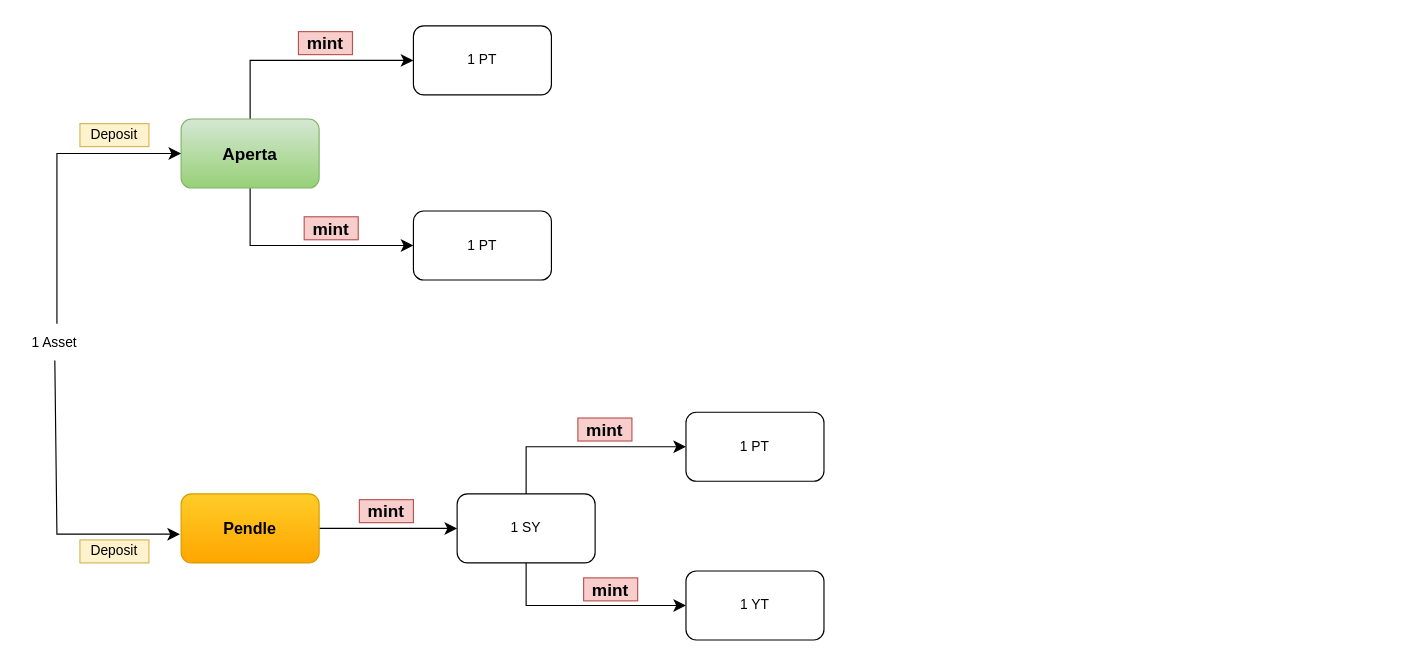
The draw.io diagram page "Pendle" (3 of 3) of pendle.drawio in Edoumou/drawings, before the edit. Source tidied: cells renumbered, new cells numbered last; positions are measured from the earlier drawing's top-left corner, leaving out a move shared by most shapes. Both pictures are drawn from the tidied source at 115%, with x=0, y=0 at pixel (20, 25).
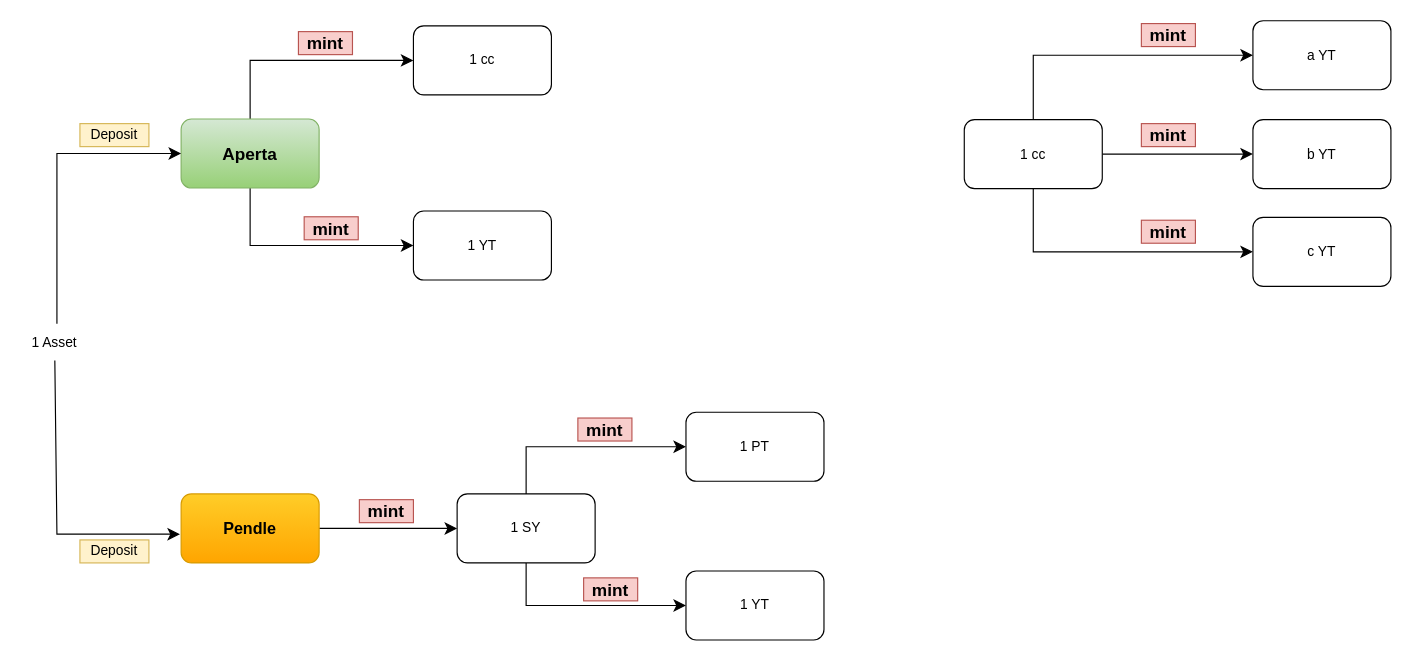
The same diagram, later.

Diff of the diagram source:
```diff
@@
-    <mxCell id="15" value="1 PT" style="rounded=1;whiteSpace=wrap;html=1;" parent="1" vertex="1">
+    <mxCell id="15" value="1 cc" style="rounded=1;whiteSpace=wrap;html=1;" parent="1" vertex="1">
       <mxGeometry x="342" width="120" height="60" as="geometry" />
     </mxCell>
-    <mxCell id="16" value="1 PT" style="rounded=1;whiteSpace=wrap;html=1;" parent="1" vertex="1">
+    <mxCell id="16" value="1 YT" style="rounded=1;whiteSpace=wrap;html=1;" parent="1" vertex="1">
       <mxGeometry x="342" y="161" width="120" height="60" as="geometry" />
     </mxCell>
@@
+    <mxCell id="24" style="edgeStyle=none;curved=1;rounded=0;jettySize=auto;html=1;entryX=0;entryY=0.5;entryDx=0;entryDy=0;fontSize=12;startSize=8;endSize=8;" parent="1" edge="1" source="27" target="28">
+      <mxGeometry relative="1" as="geometry" />
+    </mxCell>
+    <mxCell id="25" style="edgeStyle=none;curved=0;rounded=0;jettySize=auto;html=1;entryX=0;entryY=0.5;entryDx=0;entryDy=0;fontSize=12;startSize=8;endSize=8;" parent="1" edge="1" source="27" target="29">
+      <mxGeometry relative="1" as="geometry">
+        <Array as="points">
+          <mxPoint x="881" y="25.5" />
+        </Array>
+      </mxGeometry>
+    </mxCell>
+    <mxCell id="26" style="edgeStyle=none;curved=0;rounded=0;jettySize=auto;html=1;entryX=0;entryY=0.5;entryDx=0;entryDy=0;fontSize=12;startSize=8;endSize=8;" parent="1" edge="1" source="27" target="30">
+      <mxGeometry relative="1" as="geometry">
+        <Array as="points">
+          <mxPoint x="881" y="196.5" />
+        </Array>
+      </mxGeometry>
+    </mxCell>
+    <mxCell id="27" value="1 cc" style="rounded=1;whiteSpace=wrap;html=1;" parent="1" vertex="1">
+      <mxGeometry x="821" y="81.5" width="120" height="60" as="geometry" />
+    </mxCell>
+    <mxCell id="28" value="b YT" style="rounded=1;whiteSpace=wrap;html=1;" parent="1" vertex="1">
+      <mxGeometry x="1072" y="81.5" width="120" height="60" as="geometry" />
+    </mxCell>
+    <mxCell id="29" value="a YT" style="rounded=1;whiteSpace=wrap;html=1;" parent="1" vertex="1">
+      <mxGeometry x="1072" y="-4.5" width="120" height="60" as="geometry" />
+    </mxCell>
+    <mxCell id="30" value="c YT" style="rounded=1;whiteSpace=wrap;html=1;" parent="1" vertex="1">
+      <mxGeometry x="1072" y="166.5" width="120" height="60" as="geometry" />
+    </mxCell>
+    <mxCell id="31" value="&lt;b&gt;&lt;font style=&quot;font-size: 15px;&quot;&gt;mint&lt;/font&gt;&lt;/b&gt;" style="text;html=1;whiteSpace=wrap;strokeColor=#b85450;fillColor=#f8cecc;align=center;verticalAlign=middle;rounded=0;" parent="1" vertex="1">
+      <mxGeometry x="975" y="-2" width="47" height="20" as="geometry" />
+    </mxCell>
+    <mxCell id="32" value="&lt;b&gt;&lt;font style=&quot;font-size: 15px;&quot;&gt;mint&lt;/font&gt;&lt;/b&gt;" style="text;html=1;whiteSpace=wrap;strokeColor=#b85450;fillColor=#f8cecc;align=center;verticalAlign=middle;rounded=0;" parent="1" vertex="1">
+      <mxGeometry x="975" y="85" width="47" height="20" as="geometry" />
+    </mxCell>
+    <mxCell id="33" value="&lt;b&gt;&lt;font style=&quot;font-size: 15px;&quot;&gt;mint&lt;/font&gt;&lt;/b&gt;" style="text;html=1;whiteSpace=wrap;strokeColor=#b85450;fillColor=#f8cecc;align=center;verticalAlign=middle;rounded=0;" parent="1" vertex="1">
+      <mxGeometry x="975" y="169" width="47" height="20" as="geometry" />
+    </mxCell>
```
